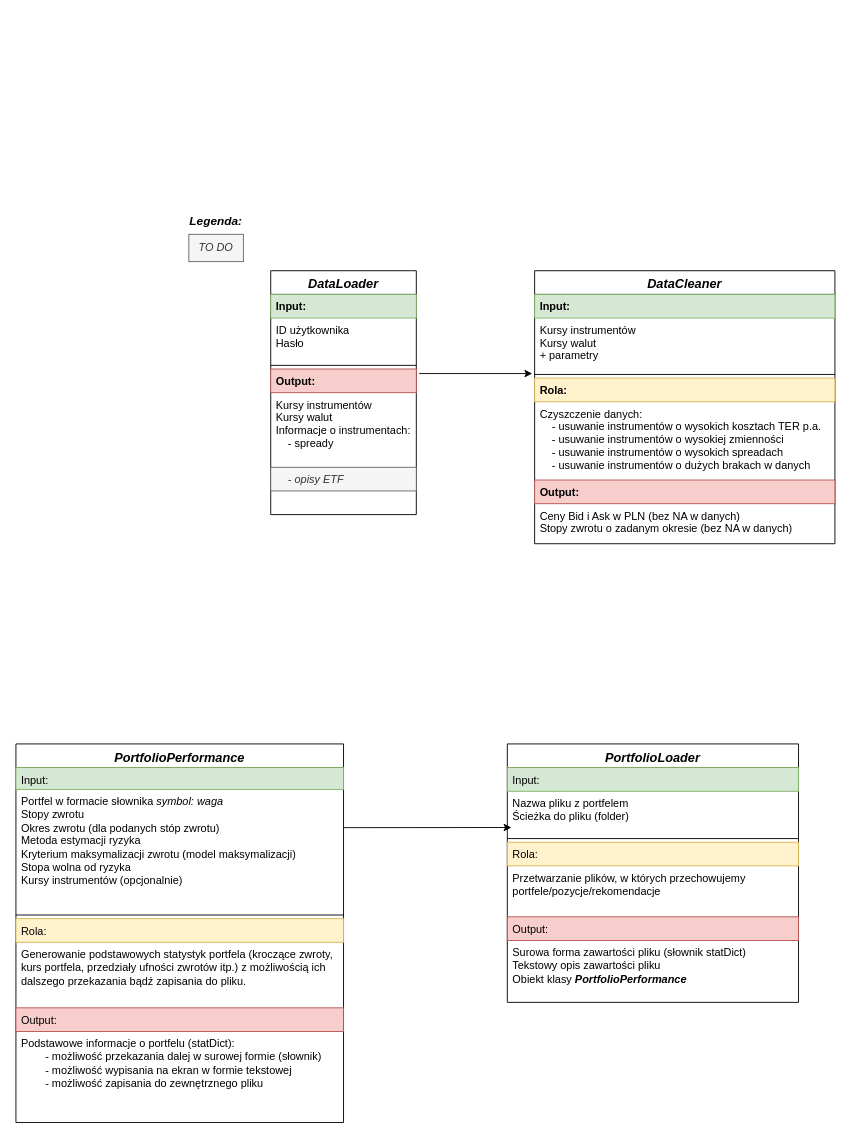
This is XTB.drawio from jakubweglowski/ETF-Trading, a draw.io file, before an edit. Source tidied: cells renumbered, new cells numbered last; positions are measured from the earlier drawing's top-left corner, leaving out a move shared by most shapes. Both pictures are drawn from the tidied source at 91%, with x=0, y=0 at pixel (15, 207).
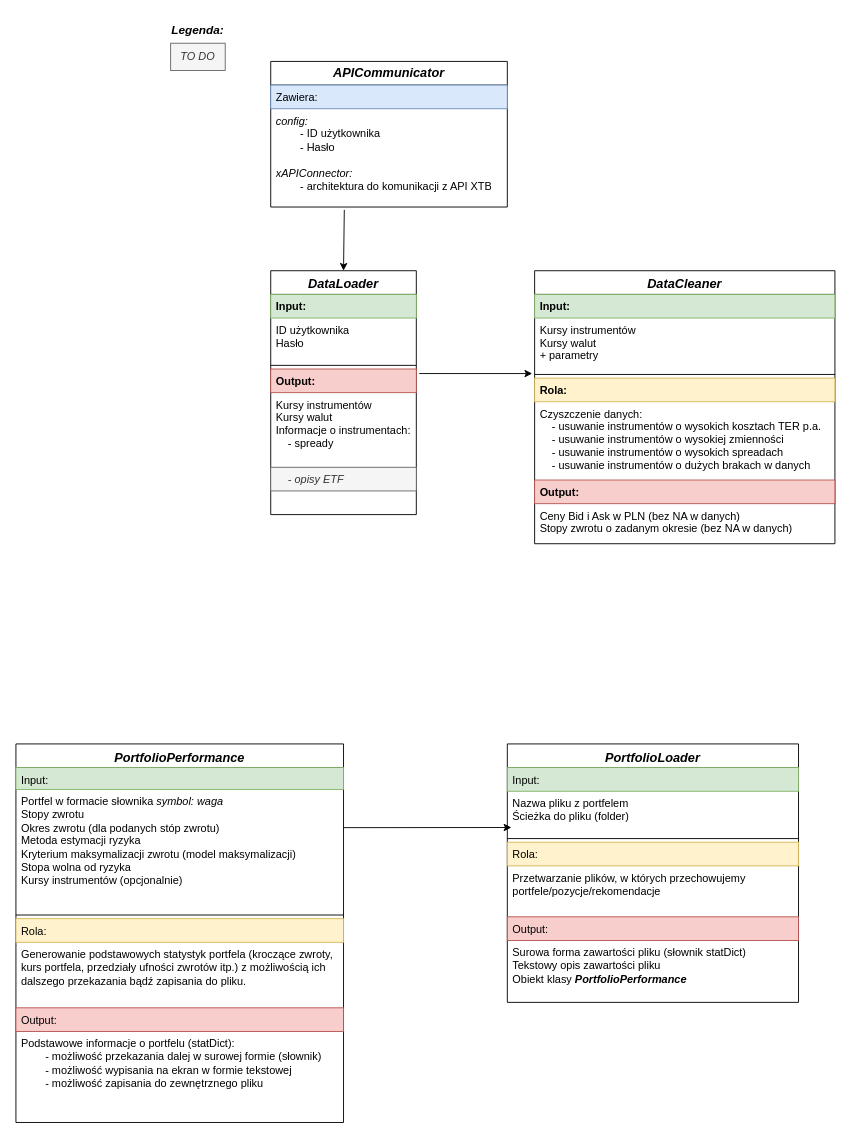
Above is the later version.

The change refers to these unchanged cells:
```xml
<mxCell id="2" value="DataLoader" style="swimlane;fontStyle=3;align=center;verticalAlign=top;horizontal=1;startSize=26;rounded=0;shadow=0;strokeWidth=1;fontSize=14;" parent="1" vertex="1">
  <mxGeometry x="280" y="70" width="160" height="268" as="geometry" />
</mxCell>
```

Change to the diagram source:
```diff
@@
     <mxCell id="17" value="TO DO" style="rounded=0;whiteSpace=wrap;html=1;fillColor=#f5f5f5;fontColor=#333333;strokeColor=#666666;fontStyle=2;" parent="1" vertex="1">
-      <mxGeometry x="190" y="30" width="60" height="30" as="geometry" />
+      <mxGeometry x="170" y="-180" width="60" height="30" as="geometry" />
     </mxCell>
     <mxCell id="18" value="&lt;b&gt;&lt;i&gt;Legenda:&lt;/i&gt;&lt;/b&gt;" style="text;html=1;align=center;verticalAlign=middle;whiteSpace=wrap;rounded=0;fontSize=13;" parent="1" vertex="1">
-      <mxGeometry x="190" width="60" height="30" as="geometry" />
+      <mxGeometry x="170" y="-210" width="60" height="30" as="geometry" />
     </mxCell>
@@
+    <mxCell id="37" value="&lt;b&gt;&lt;i&gt;&lt;font style=&quot;font-size: 14px;&quot;&gt;APICommunicator&lt;/font&gt;&lt;/i&gt;&lt;/b&gt;" style="swimlane;fontStyle=0;horizontal=1;startSize=26;fillColor=none;whiteSpace=wrap;html=1;" parent="1" vertex="1">
+      <mxGeometry x="280" y="-160" width="260" height="160" as="geometry" />
+    </mxCell>
+    <mxCell id="38" value="Zawiera:" style="text;strokeColor=#6c8ebf;fillColor=#dae8fc;align=left;verticalAlign=top;spacingLeft=4;spacingRight=4;overflow=hidden;whiteSpace=wrap;html=1;" parent="37" vertex="1">
+      <mxGeometry y="26" width="260" height="26" as="geometry" />
+    </mxCell>
+    <mxCell id="39" value="&lt;i&gt;config:&lt;/i&gt;&lt;div&gt;&lt;span style=&quot;font-style: italic; white-space: pre;&quot;&gt;&#9;&lt;/span&gt;- ID użytkownika&lt;/div&gt;&lt;div&gt;&lt;span style=&quot;white-space: pre;&quot;&gt;&#9;&lt;/span&gt;- Hasło&lt;/div&gt;&lt;div&gt;&lt;i&gt;&lt;br&gt;&lt;/i&gt;&lt;div&gt;&lt;i&gt;xAPIConnector:&lt;/i&gt;&lt;/div&gt;&lt;div&gt;&lt;span style=&quot;white-space: pre;&quot;&gt;&#9;&lt;/span&gt;- architektura do komunikacji z API XTB&lt;/div&gt;&lt;/div&gt;" style="text;align=left;verticalAlign=top;spacingLeft=4;spacingRight=4;overflow=hidden;points=[[0,0.5],[1,0.5]];portConstraint=eastwest;whiteSpace=wrap;html=1;" parent="37" vertex="1">
+      <mxGeometry y="52" width="260" height="108" as="geometry" />
+    </mxCell>
+    <mxCell id="40" style="endArrow=classic;html=1;rounded=0;exitX=0.311;exitY=1.029;exitDx=0;exitDy=0;exitPerimeter=0;entryX=0.5;entryY=0;entryDx=0;entryDy=0;" parent="1" edge="1" source="39" target="2">
+      <mxGeometry relative="1" as="geometry" />
+    </mxCell>
```
